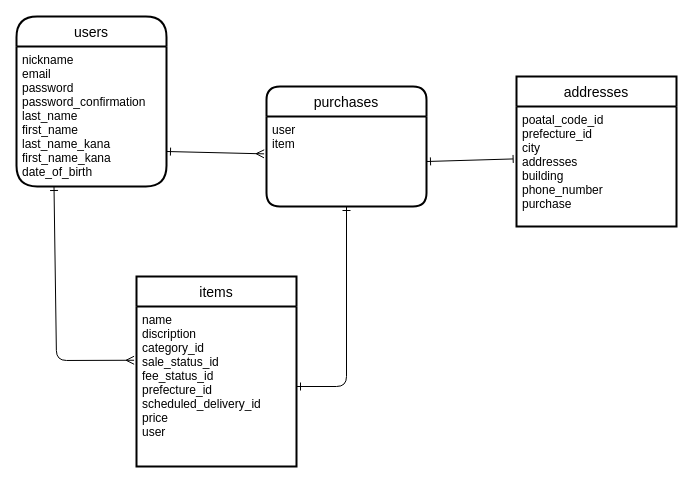
Before: ER.dio in tectoshi/furima-38678, a draw.io diagram. Source tidied: cells renumbered, new cells numbered last; positions are measured from the earlier drawing's top-left corner, leaving out a move shared by most shapes. Both pictures are drawn from the tidied source at 100%, with x=0, y=0 at pixel (16, 16).
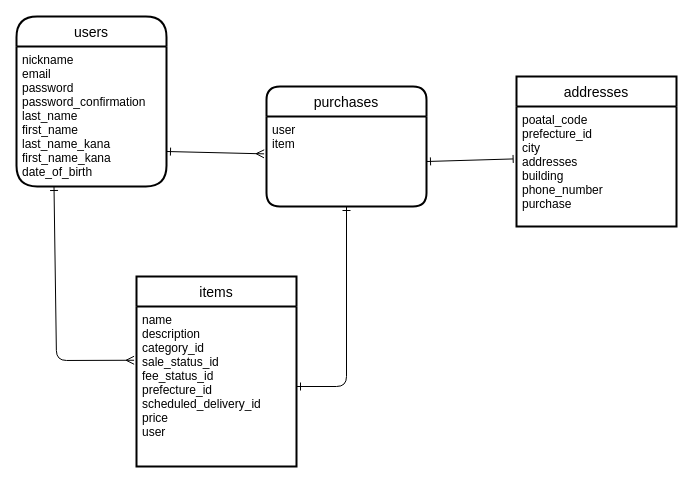
The same page after the edit.

What changed in the source:
```diff
@@
 <mxGraphModel>
   <root>
     <mxCell id="0" />
     <mxCell id="1" parent="0" />
     <mxCell id="2" value="users" style="swimlane;horizontal=1;startSize=30;rounded=1;fontSize=14;fontStyle=0;strokeWidth=2;shadow=0;dashed=0;align=center;arcSize=23;" parent="1" vertex="1">
       <mxGeometry width="150" height="170" as="geometry" />
     </mxCell>
     <mxCell id="3" value="nickname&#10;email&#10;password&#10;password_confirmation&#10;last_name&#10;first_name&#10;last_name_kana&#10;first_name_kana&#10;date_of_birth" style="align=left;strokeColor=none;fillColor=none;spacingLeft=4;fontSize=12;verticalAlign=top;" parent="2" vertex="1">
       <mxGeometry y="30" width="150" height="140" as="geometry" />
     </mxCell>
     <mxCell id="4" value="items" style="swimlane;horizontal=1;startSize=30;rounded=1;fontSize=14;fontStyle=0;strokeWidth=2;shadow=0;dashed=0;align=center;arcSize=0;" parent="1" vertex="1">
       <mxGeometry x="120" y="260" width="160" height="190" as="geometry" />
     </mxCell>
-    <mxCell id="5" value="name&#10;discription&#10;category_id&#10;sale_status_id&#10;fee_status_id&#10;prefecture_id&#10;scheduled_delivery_id&#10;price&#10;user" style="align=left;strokeColor=none;fillColor=none;spacingLeft=4;fontSize=12;verticalAlign=top;" parent="4" vertex="1">
+    <mxCell id="5" value="name&#10;description&#10;category_id&#10;sale_status_id&#10;fee_status_id&#10;prefecture_id&#10;scheduled_delivery_id&#10;price&#10;user" style="align=left;strokeColor=none;fillColor=none;spacingLeft=4;fontSize=12;verticalAlign=top;" parent="4" vertex="1">
       <mxGeometry y="30" width="160" height="160" as="geometry" />
     </mxCell>
     <mxCell id="6" value="purchases" style="swimlane;horizontal=1;startSize=30;rounded=1;fontSize=14;fontStyle=0;strokeWidth=2;shadow=0;dashed=0;align=center;" parent="1" vertex="1">
       <mxGeometry x="250" y="70" width="160" height="120" as="geometry" />
     </mxCell>
     <mxCell id="7" value="user&#10;item" style="align=left;strokeColor=none;fillColor=none;spacingLeft=4;fontSize=12;verticalAlign=top;" parent="6" vertex="1">
       <mxGeometry y="30" width="160" height="90" as="geometry" />
     </mxCell>
     <mxCell id="8" value="addresses" style="swimlane;horizontal=1;startSize=30;rounded=1;fontSize=14;fontStyle=0;strokeWidth=2;shadow=0;dashed=0;align=center;arcSize=0;" parent="1" vertex="1">
       <mxGeometry x="500" y="60" width="160" height="150" as="geometry" />
     </mxCell>
-    <mxCell id="9" value="poatal_code_id&#10;prefecture_id&#10;city&#10;addresses&#10;building&#10;phone_number&#10;purchase" style="align=left;strokeColor=none;fillColor=none;spacingLeft=4;fontSize=12;verticalAlign=top;" parent="8" vertex="1">
+    <mxCell id="9" value="poatal_code&#10;prefecture_id&#10;city&#10;addresses&#10;building&#10;phone_number&#10;purchase" style="align=left;strokeColor=none;fillColor=none;spacingLeft=4;fontSize=12;verticalAlign=top;" parent="8" vertex="1">
       <mxGeometry y="30" width="160" height="120" as="geometry" />
     </mxCell>
     <mxCell id="10" style="edgeStyle=none;html=1;exitX=0.25;exitY=1;exitDx=0;exitDy=0;entryX=-0.015;entryY=0.336;entryDx=0;entryDy=0;entryPerimeter=0;endArrow=ERmany;endFill=0;startArrow=ERone;startFill=0;" parent="1" edge="1" source="3" target="5">
       <mxGeometry relative="1" as="geometry">
         <Array as="points">
           <mxPoint x="40" y="344" />
         </Array>
       </mxGeometry>
     </mxCell>
     <mxCell id="11" style="edgeStyle=none;html=1;exitX=1;exitY=0.75;exitDx=0;exitDy=0;entryX=-0.015;entryY=0.415;entryDx=0;entryDy=0;entryPerimeter=0;startArrow=ERone;startFill=0;endArrow=ERmany;endFill=0;" parent="1" edge="1" source="3" target="7">
       <mxGeometry relative="1" as="geometry" />
     </mxCell>
     <mxCell id="12" style="edgeStyle=none;html=1;exitX=1;exitY=0.5;exitDx=0;exitDy=0;entryX=-0.021;entryY=0.437;entryDx=0;entryDy=0;entryPerimeter=0;startArrow=ERone;startFill=0;endArrow=baseDash;endFill=0;" parent="1" edge="1" source="7" target="9">
       <mxGeometry relative="1" as="geometry" />
     </mxCell>
     <mxCell id="13" style="edgeStyle=none;html=1;exitX=1;exitY=0.5;exitDx=0;exitDy=0;endArrow=ERone;endFill=0;startArrow=ERone;startFill=0;" parent="1" edge="1" source="5" target="7">
       <mxGeometry relative="1" as="geometry">
         <Array as="points">
           <mxPoint x="330" y="370" />
         </Array>
       </mxGeometry>
     </mxCell>
   </root>
 </mxGraphModel>
```
